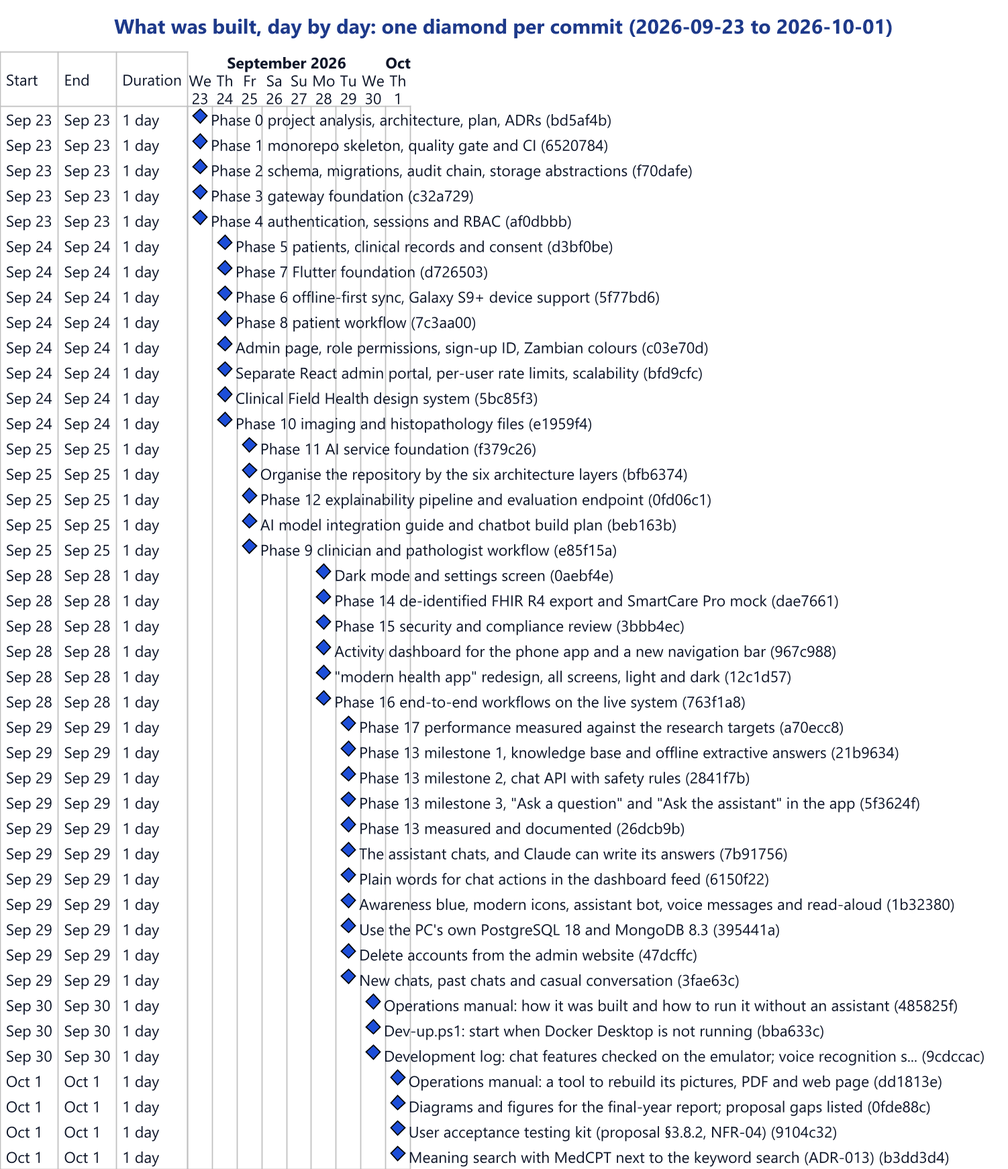
Above: docs/report/figures/gantt-actual.png in deedeestephen/final-year-project (PlantUML), before the change. Its source is kept beside it as docs/report/diagrams/generated/gantt-actual.puml.
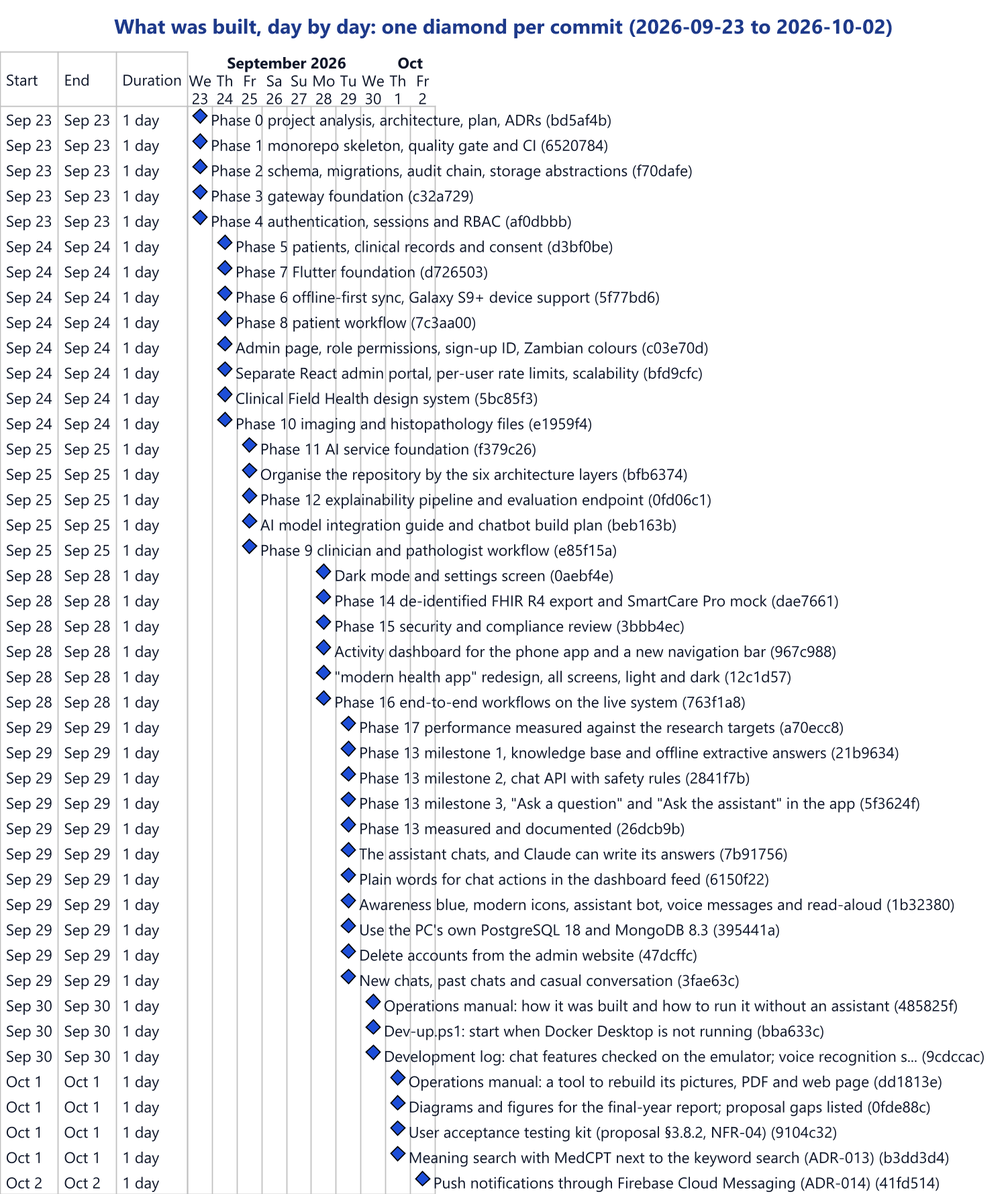
After the commit.

The edit, as a diff of the source:
```diff
@@ -5,7 +5,7 @@
   milestone { BackGroundColor #1d4ed8 }
 }
 </style>
-title What was built, day by day: one diamond per commit (2026-09-23 to 2026-10-01)
+title What was built, day by day: one diamond per commit (2026-09-23 to 2026-10-02)
 printscale daily
 Project starts 2026-09-23
 saturday are open
@@ -53,4 +53,5 @@
 [Diagrams and figures for the final-year report; proposal gaps listed (0fde88c)] happens 2026-10-01
 [User acceptance testing kit (proposal §3.8.2, NFR-04) (9104c32)] happens 2026-10-01
 [Meaning search with MedCPT next to the keyword search (ADR-013) (b3dd3d4)] happens 2026-10-01
+[Push notifications through Firebase Cloud Messaging (ADR-014) (41fd514)] happens 2026-10-02
 @endgantt
```
